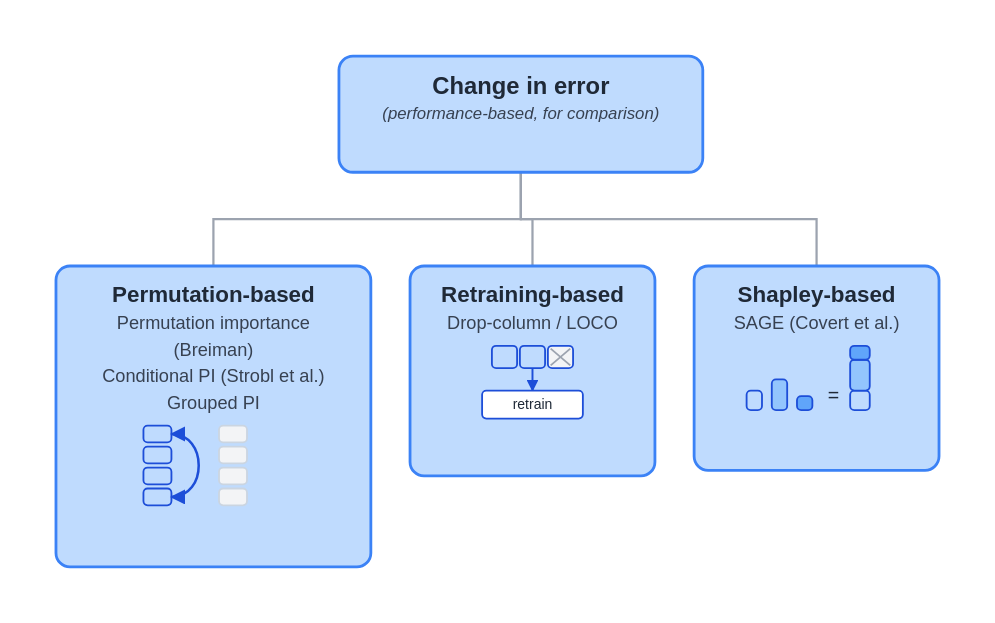
This is posts/explaining-black-box-predictions/diagrams/taxonomy_removal_error.drawio.svg from DMLF1/blog, a draw.io export, as it was before one commit. Source tidied: cells renumbered, new cells last; positions are measured from the earlier drawing's top-left corner, leaving out a move shared by most shapes. Source of this version:
```xml
<mxGraphModel>
  <root>
    <mxCell id="0" />
    <mxCell id="1" parent="0" />
    <mxCell id="2" value="&lt;span style=&quot;font-size:17px;color:#1F2937;font-weight:bold;&quot;&gt;Change in error&lt;/span&gt;&lt;br&gt;&lt;span style=&quot;font-size:12px;color:#374151;font-style:italic;&quot;&gt;(performance-based, for comparison)&lt;/span&gt;" style="rounded=1;whiteSpace=wrap;html=1;fillColor=#BFDBFE;strokeColor=#3B82F6;strokeWidth=2;" parent="1" vertex="1">
      <mxGeometry x="202" width="260" height="83" as="geometry" />
    </mxCell>
    <mxCell id="3" value="&lt;span style=&quot;font-size:16px;color:#1F2937;font-weight:bold;&quot;&gt;Permutation-based&lt;/span&gt;&lt;br&gt;&lt;span style=&quot;font-size:13px;color:#374151;&quot;&gt;Permutation importance&lt;/span&gt;&lt;br&gt;&lt;span style=&quot;font-size:13px;color:#374151;&quot;&gt;(Breiman)&lt;/span&gt;&lt;br&gt;&lt;span style=&quot;font-size:13px;color:#374151;&quot;&gt;Conditional PI (Strobl et al.)&lt;/span&gt;&lt;br&gt;&lt;span style=&quot;font-size:13px;color:#374151;&quot;&gt;Grouped PI&lt;/span&gt;" style="rounded=1;whiteSpace=wrap;html=1;fillColor=#BFDBFE;strokeColor=#3B82F6;strokeWidth=2;" parent="1" vertex="1">
      <mxGeometry y="150" width="225" height="215" as="geometry" />
    </mxCell>
    <mxCell id="4" style="rounded=1;whiteSpace=wrap;html=1;fillColor=#BFDBFE;strokeColor=#1D4ED8;" parent="1" vertex="1">
      <mxGeometry x="62" y="264" width="20" height="12" as="geometry" />
    </mxCell>
    <mxCell id="5" style="rounded=1;whiteSpace=wrap;html=1;fillColor=#F3F4F6;strokeColor=#CBD5E1;" parent="1" vertex="1">
      <mxGeometry x="116" y="264" width="20" height="12" as="geometry" />
    </mxCell>
    <mxCell id="6" style="rounded=1;whiteSpace=wrap;html=1;fillColor=#BFDBFE;strokeColor=#1D4ED8;" parent="1" vertex="1">
      <mxGeometry x="62" y="279" width="20" height="12" as="geometry" />
    </mxCell>
    <mxCell id="7" style="rounded=1;whiteSpace=wrap;html=1;fillColor=#F3F4F6;strokeColor=#CBD5E1;" parent="1" vertex="1">
      <mxGeometry x="116" y="279" width="20" height="12" as="geometry" />
    </mxCell>
    <mxCell id="8" style="rounded=1;whiteSpace=wrap;html=1;fillColor=#BFDBFE;strokeColor=#1D4ED8;" parent="1" vertex="1">
      <mxGeometry x="62" y="294" width="20" height="12" as="geometry" />
    </mxCell>
    <mxCell id="9" style="rounded=1;whiteSpace=wrap;html=1;fillColor=#F3F4F6;strokeColor=#CBD5E1;" parent="1" vertex="1">
      <mxGeometry x="116" y="294" width="20" height="12" as="geometry" />
    </mxCell>
    <mxCell id="10" style="rounded=1;whiteSpace=wrap;html=1;fillColor=#BFDBFE;strokeColor=#1D4ED8;" parent="1" vertex="1">
      <mxGeometry x="62" y="309" width="20" height="12" as="geometry" />
    </mxCell>
    <mxCell id="11" style="rounded=1;whiteSpace=wrap;html=1;fillColor=#F3F4F6;strokeColor=#CBD5E1;" parent="1" vertex="1">
      <mxGeometry x="116" y="309" width="20" height="12" as="geometry" />
    </mxCell>
    <mxCell id="12" style="edgeStyle=none;html=1;curved=1;strokeColor=#1D4ED8;strokeWidth=1.8;startArrow=block;startSize=5;endArrow=block;endSize=5;" parent="1" edge="1">
      <mxGeometry relative="1" as="geometry">
        <mxPoint x="82" y="270" as="sourcePoint" />
        <mxPoint x="82" y="315" as="targetPoint" />
        <Array as="points">
          <mxPoint x="108" y="292" />
        </Array>
      </mxGeometry>
    </mxCell>
    <mxCell id="13" value="&lt;span style=&quot;font-size:16px;color:#1F2937;font-weight:bold;&quot;&gt;Retraining-based&lt;/span&gt;&lt;br&gt;&lt;span style=&quot;font-size:13px;color:#374151;&quot;&gt;Drop-column / LOCO&lt;/span&gt;" style="rounded=1;whiteSpace=wrap;html=1;fillColor=#BFDBFE;strokeColor=#3B82F6;strokeWidth=2;" parent="1" vertex="1">
      <mxGeometry x="253" y="150" width="175" height="150" as="geometry" />
    </mxCell>
    <mxCell id="14" style="rounded=1;whiteSpace=wrap;html=1;fillColor=#BFDBFE;strokeColor=#1D4ED8;" parent="1" vertex="1">
      <mxGeometry x="312" y="207" width="18" height="16" as="geometry" />
    </mxCell>
    <mxCell id="15" style="rounded=1;whiteSpace=wrap;html=1;fillColor=#BFDBFE;strokeColor=#1D4ED8;" parent="1" vertex="1">
      <mxGeometry x="332" y="207" width="18" height="16" as="geometry" />
    </mxCell>
    <mxCell id="16" style="rounded=1;whiteSpace=wrap;html=1;fillColor=#F3F4F6;strokeColor=#1D4ED8;" parent="1" vertex="1">
      <mxGeometry x="352" y="207" width="18" height="16" as="geometry" />
    </mxCell>
    <mxCell id="17" style="edgeStyle=none;html=1;strokeColor=#1D4ED8;strokeWidth=1.4;endArrow=block;endSize=5;" parent="1" edge="1">
      <mxGeometry relative="1" as="geometry">
        <mxPoint x="340" y="223" as="sourcePoint" />
        <mxPoint x="340" y="239" as="targetPoint" />
      </mxGeometry>
    </mxCell>
    <mxCell id="18" style="rounded=1;whiteSpace=wrap;html=1;fillColor=#FFFFFF;strokeColor=#1D4ED8;" parent="1" vertex="1">
      <mxGeometry x="304" y="239" width="72" height="20" as="geometry" />
    </mxCell>
    <mxCell id="19" value="&lt;span style=&quot;font-size:16px;color:#1F2937;font-weight:bold;&quot;&gt;Shapley-based&lt;/span&gt;&lt;br&gt;&lt;span style=&quot;font-size:13px;color:#374151;&quot;&gt;SAGE (Covert et al.)&lt;/span&gt;" style="rounded=1;whiteSpace=wrap;html=1;fillColor=#BFDBFE;strokeColor=#3B82F6;strokeWidth=2;" parent="1" vertex="1">
      <mxGeometry x="456" y="150" width="175" height="146" as="geometry" />
    </mxCell>
    <mxCell id="20" style="rounded=1;whiteSpace=wrap;html=1;fillColor=#BFDBFE;strokeColor=#1D4ED8;" parent="1" vertex="1">
      <mxGeometry x="494" y="239" width="11" height="14" as="geometry" />
    </mxCell>
    <mxCell id="21" style="rounded=1;whiteSpace=wrap;html=1;fillColor=#93C5FD;strokeColor=#1D4ED8;" parent="1" vertex="1">
      <mxGeometry x="512" y="231" width="11" height="22" as="geometry" />
    </mxCell>
    <mxCell id="22" style="rounded=1;whiteSpace=wrap;html=1;fillColor=#60A5FA;strokeColor=#1D4ED8;" parent="1" vertex="1">
      <mxGeometry x="530" y="243" width="11" height="10" as="geometry" />
    </mxCell>
    <mxCell id="23" style="rounded=1;whiteSpace=wrap;html=1;fillColor=#BFDBFE;strokeColor=#1D4ED8;" parent="1" vertex="1">
      <mxGeometry x="568" y="239" width="14" height="14" as="geometry" />
    </mxCell>
    <mxCell id="24" style="rounded=1;whiteSpace=wrap;html=1;fillColor=#93C5FD;strokeColor=#1D4ED8;" parent="1" vertex="1">
      <mxGeometry x="568" y="217" width="14" height="22" as="geometry" />
    </mxCell>
    <mxCell id="25" style="rounded=1;whiteSpace=wrap;html=1;fillColor=#60A5FA;strokeColor=#1D4ED8;" parent="1" vertex="1">
      <mxGeometry x="568" y="207" width="14" height="10" as="geometry" />
    </mxCell>
    <mxCell id="26" style="edgeStyle=orthogonalEdgeStyle;rounded=0;html=1;strokeColor=#9CA3AF;" parent="1" edge="1" source="2" target="3">
      <mxGeometry relative="1" as="geometry" />
    </mxCell>
    <mxCell id="27" style="edgeStyle=orthogonalEdgeStyle;rounded=0;html=1;strokeColor=#9CA3AF;" parent="1" edge="1" source="2" target="13">
      <mxGeometry relative="1" as="geometry" />
    </mxCell>
    <mxCell id="28" style="edgeStyle=orthogonalEdgeStyle;rounded=0;html=1;strokeColor=#9CA3AF;" parent="1" edge="1" source="2" target="19">
      <mxGeometry relative="1" as="geometry" />
    </mxCell>
  </root>
</mxGraphModel>
```
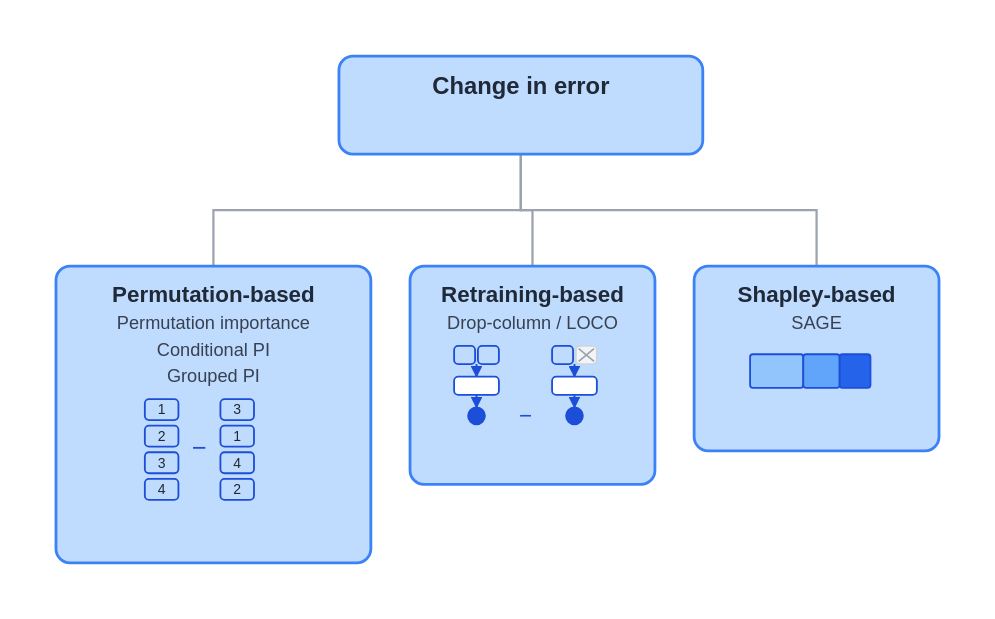
Above is the later version.

Commit message:
Rework Change-in-error icons per feedback; per-chart GAM labels

Change to the diagram source:
```diff
@@ -2,87 +2,105 @@
   <root>
     <mxCell id="0" />
     <mxCell id="1" parent="0" />
-    <mxCell id="2" value="&lt;span style=&quot;font-size:17px;color:#1F2937;font-weight:bold;&quot;&gt;Change in error&lt;/span&gt;&lt;br&gt;&lt;span style=&quot;font-size:12px;color:#374151;font-style:italic;&quot;&gt;(performance-based, for comparison)&lt;/span&gt;" style="rounded=1;whiteSpace=wrap;html=1;fillColor=#BFDBFE;strokeColor=#3B82F6;strokeWidth=2;" parent="1" vertex="1">
-      <mxGeometry x="202" width="260" height="83" as="geometry" />
+    <mxCell id="2" value="&lt;span style=&quot;font-size:17px;color:#1F2937;font-weight:bold;&quot;&gt;Change in error&lt;/span&gt;" style="rounded=1;whiteSpace=wrap;html=1;fillColor=#BFDBFE;strokeColor=#3B82F6;strokeWidth=2;" parent="1" vertex="1">
+      <mxGeometry x="202" width="260" height="70" as="geometry" />
     </mxCell>
-    <mxCell id="3" value="&lt;span style=&quot;font-size:16px;color:#1F2937;font-weight:bold;&quot;&gt;Permutation-based&lt;/span&gt;&lt;br&gt;&lt;span style=&quot;font-size:13px;color:#374151;&quot;&gt;Permutation importance&lt;/span&gt;&lt;br&gt;&lt;span style=&quot;font-size:13px;color:#374151;&quot;&gt;(Breiman)&lt;/span&gt;&lt;br&gt;&lt;span style=&quot;font-size:13px;color:#374151;&quot;&gt;Conditional PI (Strobl et al.)&lt;/span&gt;&lt;br&gt;&lt;span style=&quot;font-size:13px;color:#374151;&quot;&gt;Grouped PI&lt;/span&gt;" style="rounded=1;whiteSpace=wrap;html=1;fillColor=#BFDBFE;strokeColor=#3B82F6;strokeWidth=2;" parent="1" vertex="1">
-      <mxGeometry y="150" width="225" height="215" as="geometry" />
+    <mxCell id="3" value="&lt;span style=&quot;font-size:16px;color:#1F2937;font-weight:bold;&quot;&gt;Permutation-based&lt;/span&gt;&lt;br&gt;&lt;span style=&quot;font-size:13px;color:#374151;&quot;&gt;Permutation importance&lt;/span&gt;&lt;br&gt;&lt;span style=&quot;font-size:13px;color:#374151;&quot;&gt;Conditional PI&lt;/span&gt;&lt;br&gt;&lt;span style=&quot;font-size:13px;color:#374151;&quot;&gt;Grouped PI&lt;/span&gt;" style="rounded=1;whiteSpace=wrap;html=1;fillColor=#BFDBFE;strokeColor=#3B82F6;strokeWidth=2;" parent="1" vertex="1">
+      <mxGeometry y="150" width="225" height="212" as="geometry" />
     </mxCell>
-    <mxCell id="4" style="rounded=1;whiteSpace=wrap;html=1;fillColor=#BFDBFE;strokeColor=#1D4ED8;" parent="1" vertex="1">
-      <mxGeometry x="62" y="264" width="20" height="12" as="geometry" />
-    </mxCell>
-    <mxCell id="5" style="rounded=1;whiteSpace=wrap;html=1;fillColor=#F3F4F6;strokeColor=#CBD5E1;" parent="1" vertex="1">
-      <mxGeometry x="116" y="264" width="20" height="12" as="geometry" />
-    </mxCell>
-    <mxCell id="6" style="rounded=1;whiteSpace=wrap;html=1;fillColor=#BFDBFE;strokeColor=#1D4ED8;" parent="1" vertex="1">
-      <mxGeometry x="62" y="279" width="20" height="12" as="geometry" />
-    </mxCell>
-    <mxCell id="7" style="rounded=1;whiteSpace=wrap;html=1;fillColor=#F3F4F6;strokeColor=#CBD5E1;" parent="1" vertex="1">
-      <mxGeometry x="116" y="279" width="20" height="12" as="geometry" />
-    </mxCell>
-    <mxCell id="8" style="rounded=1;whiteSpace=wrap;html=1;fillColor=#BFDBFE;strokeColor=#1D4ED8;" parent="1" vertex="1">
-      <mxGeometry x="62" y="294" width="20" height="12" as="geometry" />
-    </mxCell>
-    <mxCell id="9" style="rounded=1;whiteSpace=wrap;html=1;fillColor=#F3F4F6;strokeColor=#CBD5E1;" parent="1" vertex="1">
-      <mxGeometry x="116" y="294" width="20" height="12" as="geometry" />
-    </mxCell>
-    <mxCell id="10" style="rounded=1;whiteSpace=wrap;html=1;fillColor=#BFDBFE;strokeColor=#1D4ED8;" parent="1" vertex="1">
-      <mxGeometry x="62" y="309" width="20" height="12" as="geometry" />
-    </mxCell>
-    <mxCell id="11" style="rounded=1;whiteSpace=wrap;html=1;fillColor=#F3F4F6;strokeColor=#CBD5E1;" parent="1" vertex="1">
-      <mxGeometry x="116" y="309" width="20" height="12" as="geometry" />
-    </mxCell>
-    <mxCell id="12" style="edgeStyle=none;html=1;curved=1;strokeColor=#1D4ED8;strokeWidth=1.8;startArrow=block;startSize=5;endArrow=block;endSize=5;" parent="1" edge="1">
-      <mxGeometry relative="1" as="geometry">
-        <mxPoint x="82" y="270" as="sourcePoint" />
-        <mxPoint x="82" y="315" as="targetPoint" />
-        <Array as="points">
-          <mxPoint x="108" y="292" />
-        </Array>
-      </mxGeometry>
-    </mxCell>
+    <mxCell id="29" value="1" style="rounded=1;whiteSpace=wrap;html=1;fillColor=#BFDBFE;strokeColor=#1D4ED8;align=center;verticalAlign=middle;fontSize=10;" parent="1" vertex="1">
+      <mxGeometry x="64" y="245" width="24" height="15" as="geometry" />
+    </mxCell>
+    <mxCell id="30" value="3" style="rounded=1;whiteSpace=wrap;html=1;fillColor=#BFDBFE;strokeColor=#1D4ED8;align=center;verticalAlign=middle;fontSize=10;" parent="1" vertex="1">
+      <mxGeometry x="118" y="245" width="24" height="15" as="geometry" />
+    </mxCell>
+    <mxCell id="31" value="2" style="rounded=1;whiteSpace=wrap;html=1;fillColor=#BFDBFE;strokeColor=#1D4ED8;align=center;verticalAlign=middle;fontSize=10;" parent="1" vertex="1">
+      <mxGeometry x="64" y="264" width="24" height="15" as="geometry" />
+    </mxCell>
+    <mxCell id="32" value="1" style="rounded=1;whiteSpace=wrap;html=1;fillColor=#BFDBFE;strokeColor=#1D4ED8;align=center;verticalAlign=middle;fontSize=10;" parent="1" vertex="1">
+      <mxGeometry x="118" y="264" width="24" height="15" as="geometry" />
+    </mxCell>
+    <mxCell id="33" value="3" style="rounded=1;whiteSpace=wrap;html=1;fillColor=#BFDBFE;strokeColor=#1D4ED8;align=center;verticalAlign=middle;fontSize=10;" parent="1" vertex="1">
+      <mxGeometry x="64" y="283" width="24" height="15" as="geometry" />
+    </mxCell>
+    <mxCell id="34" value="4" style="rounded=1;whiteSpace=wrap;html=1;fillColor=#BFDBFE;strokeColor=#1D4ED8;align=center;verticalAlign=middle;fontSize=10;" parent="1" vertex="1">
+      <mxGeometry x="118" y="283" width="24" height="15" as="geometry" />
+    </mxCell>
+    <mxCell id="35" value="4" style="rounded=1;whiteSpace=wrap;html=1;fillColor=#BFDBFE;strokeColor=#1D4ED8;align=center;verticalAlign=middle;fontSize=10;" parent="1" vertex="1">
+      <mxGeometry x="64" y="302" width="24" height="15" as="geometry" />
+    </mxCell>
+    <mxCell id="36" value="2" style="rounded=1;whiteSpace=wrap;html=1;fillColor=#BFDBFE;strokeColor=#1D4ED8;align=center;verticalAlign=middle;fontSize=10;" parent="1" vertex="1">
+      <mxGeometry x="118" y="302" width="24" height="15" as="geometry" />
+    </mxCell>
+    <mxCell id="37" value="−" style="text;html=1;align=center;verticalAlign=middle;fontSize=18;fontColor=#1D4ED8;" parent="1" vertex="1">
+      <mxGeometry x="94" y="272" width="18" height="18" as="geometry" />
+    </mxCell>
     <mxCell id="13" value="&lt;span style=&quot;font-size:16px;color:#1F2937;font-weight:bold;&quot;&gt;Retraining-based&lt;/span&gt;&lt;br&gt;&lt;span style=&quot;font-size:13px;color:#374151;&quot;&gt;Drop-column / LOCO&lt;/span&gt;" style="rounded=1;whiteSpace=wrap;html=1;fillColor=#BFDBFE;strokeColor=#3B82F6;strokeWidth=2;" parent="1" vertex="1">
-      <mxGeometry x="253" y="150" width="175" height="150" as="geometry" />
+      <mxGeometry x="253" y="150" width="175" height="156" as="geometry" />
     </mxCell>
-    <mxCell id="14" style="rounded=1;whiteSpace=wrap;html=1;fillColor=#BFDBFE;strokeColor=#1D4ED8;" parent="1" vertex="1">
-      <mxGeometry x="312" y="207" width="18" height="16" as="geometry" />
-    </mxCell>
-    <mxCell id="15" style="rounded=1;whiteSpace=wrap;html=1;fillColor=#BFDBFE;strokeColor=#1D4ED8;" parent="1" vertex="1">
-      <mxGeometry x="332" y="207" width="18" height="16" as="geometry" />
-    </mxCell>
-    <mxCell id="16" style="rounded=1;whiteSpace=wrap;html=1;fillColor=#F3F4F6;strokeColor=#1D4ED8;" parent="1" vertex="1">
-      <mxGeometry x="352" y="207" width="18" height="16" as="geometry" />
-    </mxCell>
-    <mxCell id="17" style="edgeStyle=none;html=1;strokeColor=#1D4ED8;strokeWidth=1.4;endArrow=block;endSize=5;" parent="1" edge="1">
-      <mxGeometry relative="1" as="geometry">
-        <mxPoint x="340" y="223" as="sourcePoint" />
-        <mxPoint x="340" y="239" as="targetPoint" />
-      </mxGeometry>
-    </mxCell>
-    <mxCell id="18" style="rounded=1;whiteSpace=wrap;html=1;fillColor=#FFFFFF;strokeColor=#1D4ED8;" parent="1" vertex="1">
-      <mxGeometry x="304" y="239" width="72" height="20" as="geometry" />
-    </mxCell>
+    <mxCell id="38" style="rounded=1;whiteSpace=wrap;html=1;fillColor=#BFDBFE;strokeColor=#1D4ED8;" parent="1" vertex="1">
+      <mxGeometry x="284" y="207" width="15" height="13" as="geometry" />
+    </mxCell>
+    <mxCell id="39" style="rounded=1;whiteSpace=wrap;html=1;fillColor=#BFDBFE;strokeColor=#1D4ED8;" parent="1" vertex="1">
+      <mxGeometry x="302" y="207" width="15" height="13" as="geometry" />
+    </mxCell>
+    <mxCell id="40" style="edgeStyle=none;html=1;strokeColor=#1D4ED8;strokeWidth=1.4;endArrow=block;endSize=5;" parent="1" edge="1">
+      <mxGeometry relative="1" as="geometry">
+        <mxPoint x="300" y="220" as="sourcePoint" />
+        <mxPoint x="300" y="229" as="targetPoint" />
+      </mxGeometry>
+    </mxCell>
+    <mxCell id="41" style="rounded=1;whiteSpace=wrap;html=1;fillColor=#FFFFFF;strokeColor=#1D4ED8;" parent="1" vertex="1">
+      <mxGeometry x="284" y="229" width="32" height="13" as="geometry" />
+    </mxCell>
+    <mxCell id="42" style="edgeStyle=none;html=1;strokeColor=#1D4ED8;strokeWidth=1.4;endArrow=block;endSize=5;" parent="1" edge="1">
+      <mxGeometry relative="1" as="geometry">
+        <mxPoint x="300" y="242" as="sourcePoint" />
+        <mxPoint x="300" y="251" as="targetPoint" />
+      </mxGeometry>
+    </mxCell>
+    <mxCell id="43" style="ellipse;whiteSpace=wrap;html=1;fillColor=#1D4ED8;strokeColor=#1D4ED8;" parent="1" vertex="1">
+      <mxGeometry x="294" y="251" width="12" height="12" as="geometry" />
+    </mxCell>
+    <mxCell id="44" style="rounded=1;whiteSpace=wrap;html=1;fillColor=#BFDBFE;strokeColor=#1D4ED8;" parent="1" vertex="1">
+      <mxGeometry x="354" y="207" width="15" height="13" as="geometry" />
+    </mxCell>
+    <mxCell id="45" style="rounded=1;whiteSpace=wrap;html=1;fillColor=#F3F4F6;strokeColor=#CBD5E1;" parent="1" vertex="1">
+      <mxGeometry x="372" y="207" width="15" height="13" as="geometry" />
+    </mxCell>
+    <mxCell id="46" style="edgeStyle=none;html=1;strokeColor=#1D4ED8;strokeWidth=1.4;endArrow=block;endSize=5;" parent="1" edge="1">
+      <mxGeometry relative="1" as="geometry">
+        <mxPoint x="370" y="220" as="sourcePoint" />
+        <mxPoint x="370" y="229" as="targetPoint" />
+      </mxGeometry>
+    </mxCell>
+    <mxCell id="47" style="rounded=1;whiteSpace=wrap;html=1;fillColor=#FFFFFF;strokeColor=#1D4ED8;" parent="1" vertex="1">
+      <mxGeometry x="354" y="229" width="32" height="13" as="geometry" />
+    </mxCell>
+    <mxCell id="48" style="edgeStyle=none;html=1;strokeColor=#1D4ED8;strokeWidth=1.4;endArrow=block;endSize=5;" parent="1" edge="1">
+      <mxGeometry relative="1" as="geometry">
+        <mxPoint x="370" y="242" as="sourcePoint" />
+        <mxPoint x="370" y="251" as="targetPoint" />
+      </mxGeometry>
+    </mxCell>
+    <mxCell id="49" style="ellipse;whiteSpace=wrap;html=1;fillColor=#1D4ED8;strokeColor=#1D4ED8;" parent="1" vertex="1">
+      <mxGeometry x="364" y="251" width="12" height="12" as="geometry" />
+    </mxCell>
+    <mxCell id="50" value="−" style="text;html=1;align=center;verticalAlign=middle;fontSize=16;fontColor=#1D4ED8;" parent="1" vertex="1">
+      <mxGeometry x="328" y="249" width="16" height="16" as="geometry" />
+    </mxCell>
-    <mxCell id="19" value="&lt;span style=&quot;font-size:16px;color:#1F2937;font-weight:bold;&quot;&gt;Shapley-based&lt;/span&gt;&lt;br&gt;&lt;span style=&quot;font-size:13px;color:#374151;&quot;&gt;SAGE (Covert et al.)&lt;/span&gt;" style="rounded=1;whiteSpace=wrap;html=1;fillColor=#BFDBFE;strokeColor=#3B82F6;strokeWidth=2;" parent="1" vertex="1">
-      <mxGeometry x="456" y="150" width="175" height="146" as="geometry" />
+    <mxCell id="19" value="&lt;span style=&quot;font-size:16px;color:#1F2937;font-weight:bold;&quot;&gt;Shapley-based&lt;/span&gt;&lt;br&gt;&lt;span style=&quot;font-size:13px;color:#374151;&quot;&gt;SAGE&lt;/span&gt;" style="rounded=1;whiteSpace=wrap;html=1;fillColor=#BFDBFE;strokeColor=#3B82F6;strokeWidth=2;" parent="1" vertex="1">
+      <mxGeometry x="456" y="150" width="175" height="132" as="geometry" />
     </mxCell>
-    <mxCell id="20" style="rounded=1;whiteSpace=wrap;html=1;fillColor=#BFDBFE;strokeColor=#1D4ED8;" parent="1" vertex="1">
-      <mxGeometry x="494" y="239" width="11" height="14" as="geometry" />
-    </mxCell>
-    <mxCell id="21" style="rounded=1;whiteSpace=wrap;html=1;fillColor=#93C5FD;strokeColor=#1D4ED8;" parent="1" vertex="1">
-      <mxGeometry x="512" y="231" width="11" height="22" as="geometry" />
-    </mxCell>
-    <mxCell id="22" style="rounded=1;whiteSpace=wrap;html=1;fillColor=#60A5FA;strokeColor=#1D4ED8;" parent="1" vertex="1">
-      <mxGeometry x="530" y="243" width="11" height="10" as="geometry" />
-    </mxCell>
-    <mxCell id="23" style="rounded=1;whiteSpace=wrap;html=1;fillColor=#BFDBFE;strokeColor=#1D4ED8;" parent="1" vertex="1">
-      <mxGeometry x="568" y="239" width="14" height="14" as="geometry" />
-    </mxCell>
-    <mxCell id="24" style="rounded=1;whiteSpace=wrap;html=1;fillColor=#93C5FD;strokeColor=#1D4ED8;" parent="1" vertex="1">
-      <mxGeometry x="568" y="217" width="14" height="22" as="geometry" />
-    </mxCell>
-    <mxCell id="25" style="rounded=1;whiteSpace=wrap;html=1;fillColor=#60A5FA;strokeColor=#1D4ED8;" parent="1" vertex="1">
-      <mxGeometry x="568" y="207" width="14" height="10" as="geometry" />
-    </mxCell>
+    <mxCell id="51" style="rounded=1;whiteSpace=wrap;html=1;fillColor=#93C5FD;strokeColor=#1D4ED8;" parent="1" vertex="1">
+      <mxGeometry x="496" y="213" width="38" height="24" as="geometry" />
+    </mxCell>
+    <mxCell id="52" style="rounded=1;whiteSpace=wrap;html=1;fillColor=#60A5FA;strokeColor=#1D4ED8;" parent="1" vertex="1">
+      <mxGeometry x="534" y="213" width="26" height="24" as="geometry" />
+    </mxCell>
+    <mxCell id="53" style="rounded=1;whiteSpace=wrap;html=1;fillColor=#2563EB;strokeColor=#1D4ED8;" parent="1" vertex="1">
+      <mxGeometry x="560" y="213" width="22" height="24" as="geometry" />
+    </mxCell>
     <mxCell id="26" style="edgeStyle=orthogonalEdgeStyle;rounded=0;html=1;strokeColor=#9CA3AF;" parent="1" edge="1" source="2" target="3">
       <mxGeometry relative="1" as="geometry" />
     </mxCell>
```
